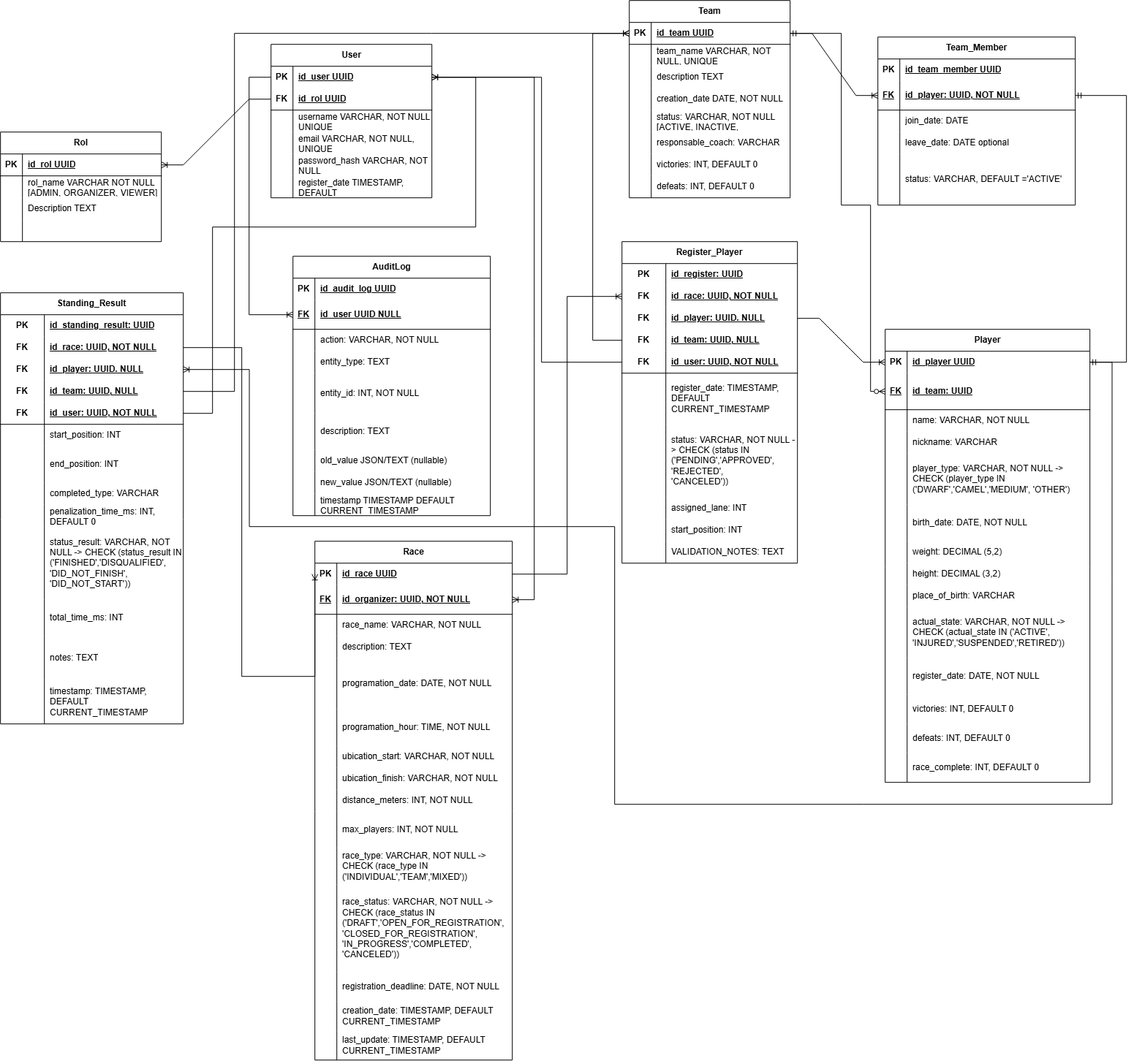
Earlier version of the draw.io export DBi&I2026-Page-1.drawio.png (IsaksGir4/CamelsVsDwarfs). Source tidied: cells renumbered, new cells last; positions are measured from the earlier drawing's top-left corner, leaving out a move shared by most shapes.
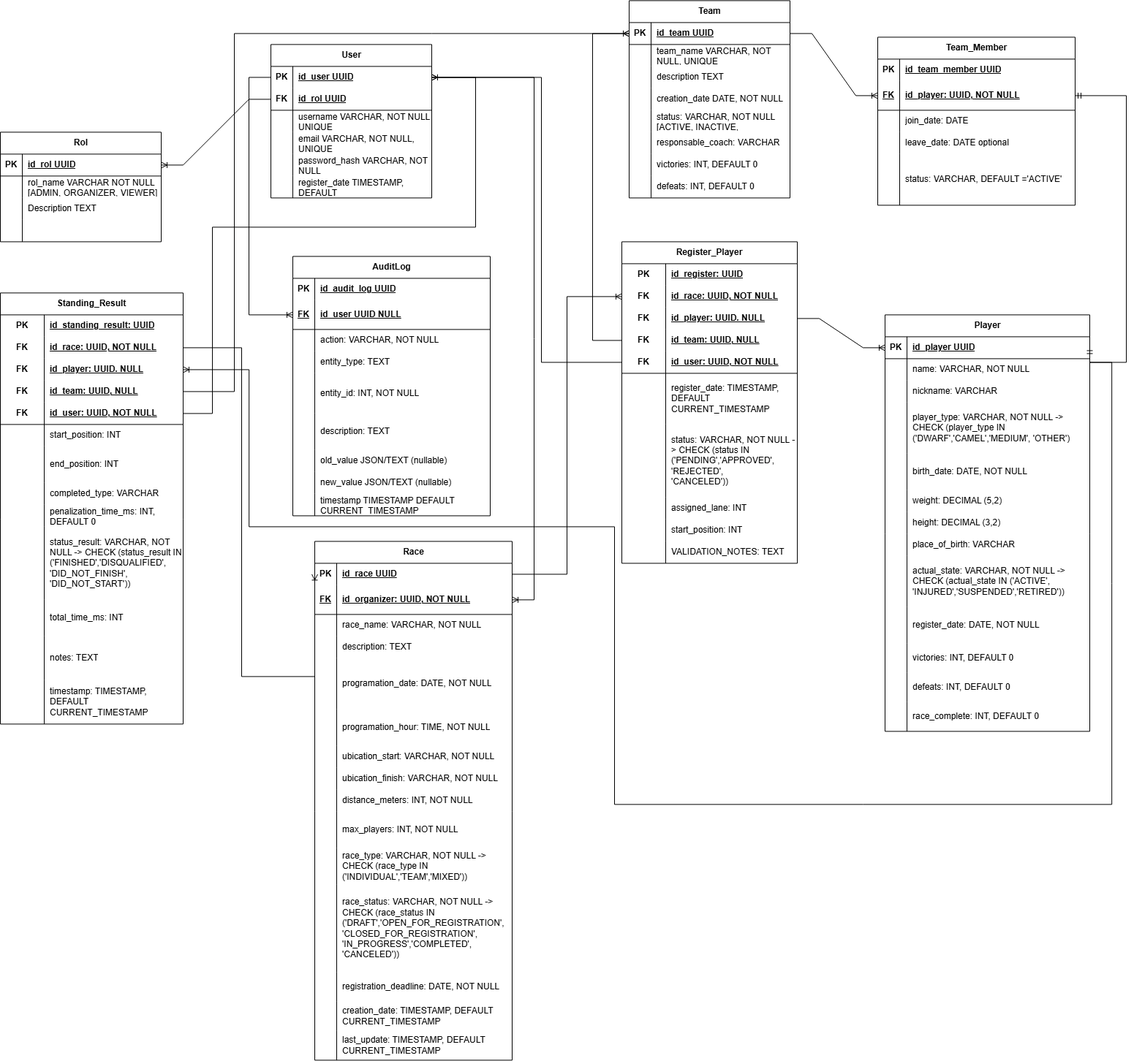
After the change.

Change to the diagram source:
```diff
@@ -189,9 +189,9 @@
       <mxGeometry x="30" width="190" height="30" as="geometry" />
     </mxCell>
     <mxCell id="64" value="Player" style="shape=table;startSize=30;rowLines=0;fontStyle=1;align=center;html=1;" parent="1" vertex="1">
-      <mxGeometry x="1210" y="450" width="280" height="620" as="geometry" />
+      <mxGeometry x="1210" y="430" width="280" height="570" as="geometry" />
     </mxCell>
-    <mxCell id="65" style="shape=tableRow;horizontal=0;startSize=0;swimlaneHead=0;swimlaneBody=0;fillColor=none;points=[[0,0.5],[1,0.5]];portConstraint=eastwest;top=0;left=0;right=0;bottom=0;" parent="64" vertex="1">
+    <mxCell id="65" style="shape=tableRow;horizontal=0;startSize=0;swimlaneHead=0;swimlaneBody=0;fillColor=none;points=[[0,0.5],[1,0.5]];portConstraint=eastwest;top=0;left=0;right=0;bottom=1;" parent="64" vertex="1">
       <mxGeometry y="30" width="280" height="30" as="geometry" />
     </mxCell>
     <mxCell id="66" value="PK" style="shape=partialRectangle;fillColor=none;top=0;left=0;bottom=0;right=0;fontStyle=1;overflow=hidden;whiteSpace=wrap;html=1;" parent="65" vertex="1">
@@ -200,17 +200,8 @@
     <mxCell id="67" value="id_player UUID" style="shape=partialRectangle;fillColor=none;top=0;left=0;bottom=0;right=0;align=left;spacingLeft=6;fontStyle=5;overflow=hidden;whiteSpace=wrap;html=1;" parent="65" vertex="1">
       <mxGeometry x="30" width="250" height="30" as="geometry" />
     </mxCell>
-    <mxCell id="68" style="shape=tableRow;horizontal=0;startSize=0;swimlaneHead=0;swimlaneBody=0;fillColor=none;points=[[0,0.5],[1,0.5]];portConstraint=eastwest;top=0;left=0;right=0;bottom=1;" parent="64" vertex="1">
-      <mxGeometry y="60" width="280" height="50" as="geometry" />
-    </mxCell>
-    <mxCell id="69" value="&lt;b&gt;&lt;u&gt;FK&lt;/u&gt;&lt;/b&gt;" style="shape=partialRectangle;fillColor=none;top=0;left=0;bottom=0;right=0;overflow=hidden;whiteSpace=wrap;html=1;" parent="68" vertex="1">
-      <mxGeometry width="30" height="50" as="geometry" />
-    </mxCell>
-    <mxCell id="70" value="&lt;b&gt;&lt;u&gt;id_team: UUID&lt;/u&gt;&lt;/b&gt;" style="shape=partialRectangle;fillColor=none;top=0;left=0;bottom=0;right=0;align=left;spacingLeft=6;overflow=hidden;whiteSpace=wrap;html=1;" parent="68" vertex="1">
-      <mxGeometry x="30" width="250" height="50" as="geometry" />
-    </mxCell>
     <mxCell id="71" style="shape=tableRow;horizontal=0;startSize=0;swimlaneHead=0;swimlaneBody=0;fillColor=none;top=0;left=0;right=0;bottom=0;" parent="64" vertex="1">
-      <mxGeometry y="110" width="280" height="30" as="geometry" />
+      <mxGeometry y="60" width="280" height="30" as="geometry" />
     </mxCell>
     <mxCell id="72" style="shape=partialRectangle;fillColor=none;top=0;left=0;bottom=0;right=0;overflow=hidden;whiteSpace=wrap;html=1;" parent="71" vertex="1">
       <mxGeometry width="30" height="30" as="geometry" />
@@ -219,7 +210,7 @@
       <mxGeometry x="30" width="250" height="30" as="geometry" />
     </mxCell>
     <mxCell id="74" style="shape=tableRow;horizontal=0;startSize=0;swimlaneHead=0;swimlaneBody=0;fillColor=none;top=0;left=0;right=0;bottom=0;" parent="64" vertex="1">
-      <mxGeometry y="140" width="280" height="30" as="geometry" />
+      <mxGeometry y="90" width="280" height="30" as="geometry" />
     </mxCell>
     <mxCell id="75" style="shape=partialRectangle;fillColor=none;top=0;left=0;bottom=0;right=0;overflow=hidden;whiteSpace=wrap;html=1;" parent="74" vertex="1">
       <mxGeometry width="30" height="30" as="geometry" />
@@ -228,7 +219,7 @@
       <mxGeometry x="30" width="250" height="30" as="geometry" />
     </mxCell>
     <mxCell id="77" style="shape=tableRow;horizontal=0;startSize=0;swimlaneHead=0;swimlaneBody=0;fillColor=none;top=0;left=0;right=0;bottom=0;" parent="64" vertex="1">
-      <mxGeometry y="170" width="280" height="70" as="geometry" />
+      <mxGeometry y="120" width="280" height="70" as="geometry" />
     </mxCell>
     <mxCell id="78" style="shape=partialRectangle;fillColor=none;top=0;left=0;bottom=0;right=0;overflow=hidden;whiteSpace=wrap;html=1;" parent="77" vertex="1">
       <mxGeometry width="30" height="70" as="geometry" />
@@ -237,7 +228,7 @@
       <mxGeometry x="30" width="250" height="70" as="geometry" />
     </mxCell>
     <mxCell id="80" style="shape=tableRow;horizontal=0;startSize=0;swimlaneHead=0;swimlaneBody=0;fillColor=none;top=0;left=0;right=0;bottom=0;" parent="64" vertex="1">
-      <mxGeometry y="240" width="280" height="50" as="geometry" />
+      <mxGeometry y="190" width="280" height="50" as="geometry" />
     </mxCell>
     <mxCell id="81" style="shape=partialRectangle;fillColor=none;top=0;left=0;bottom=0;right=0;overflow=hidden;whiteSpace=wrap;html=1;" parent="80" vertex="1">
       <mxGeometry width="30" height="50" as="geometry" />
@@ -246,7 +237,7 @@
       <mxGeometry x="30" width="250" height="50" as="geometry" />
     </mxCell>
     <mxCell id="83" style="shape=tableRow;horizontal=0;startSize=0;swimlaneHead=0;swimlaneBody=0;fillColor=none;top=0;left=0;right=0;bottom=0;" parent="64" vertex="1">
-      <mxGeometry y="290" width="280" height="30" as="geometry" />
+      <mxGeometry y="240" width="280" height="30" as="geometry" />
     </mxCell>
     <mxCell id="84" style="shape=partialRectangle;fillColor=none;top=0;left=0;bottom=0;right=0;overflow=hidden;whiteSpace=wrap;html=1;" parent="83" vertex="1">
       <mxGeometry width="30" height="30" as="geometry" />
@@ -255,7 +246,7 @@
       <mxGeometry x="30" width="250" height="30" as="geometry" />
     </mxCell>
     <mxCell id="86" style="shape=tableRow;horizontal=0;startSize=0;swimlaneHead=0;swimlaneBody=0;fillColor=none;top=0;left=0;right=0;bottom=0;" parent="64" vertex="1">
-      <mxGeometry y="320" width="280" height="30" as="geometry" />
+      <mxGeometry y="270" width="280" height="30" as="geometry" />
     </mxCell>
     <mxCell id="87" style="shape=partialRectangle;fillColor=none;top=0;left=0;bottom=0;right=0;overflow=hidden;whiteSpace=wrap;html=1;" parent="86" vertex="1">
       <mxGeometry width="30" height="30" as="geometry" />
@@ -264,7 +255,7 @@
       <mxGeometry x="30" width="250" height="30" as="geometry" />
     </mxCell>
     <mxCell id="89" style="shape=tableRow;horizontal=0;startSize=0;swimlaneHead=0;swimlaneBody=0;fillColor=none;top=0;left=0;right=0;bottom=0;" parent="64" vertex="1">
-      <mxGeometry y="350" width="280" height="30" as="geometry" />
+      <mxGeometry y="300" width="280" height="30" as="geometry" />
     </mxCell>
     <mxCell id="90" style="shape=partialRectangle;fillColor=none;top=0;left=0;bottom=0;right=0;overflow=hidden;whiteSpace=wrap;html=1;" parent="89" vertex="1">
       <mxGeometry width="30" height="30" as="geometry" />
@@ -273,7 +264,7 @@
       <mxGeometry x="30" width="250" height="30" as="geometry" />
     </mxCell>
     <mxCell id="92" style="shape=tableRow;horizontal=0;startSize=0;swimlaneHead=0;swimlaneBody=0;fillColor=none;top=0;left=0;right=0;bottom=0;" parent="64" vertex="1">
-      <mxGeometry y="380" width="280" height="70" as="geometry" />
+      <mxGeometry y="330" width="280" height="70" as="geometry" />
     </mxCell>
     <mxCell id="93" style="shape=partialRectangle;fillColor=none;top=0;left=0;bottom=0;right=0;overflow=hidden;whiteSpace=wrap;html=1;" parent="92" vertex="1">
       <mxGeometry width="30" height="70" as="geometry" />
@@ -282,7 +273,7 @@
       <mxGeometry x="30" width="250" height="70" as="geometry" />
     </mxCell>
     <mxCell id="95" style="shape=tableRow;horizontal=0;startSize=0;swimlaneHead=0;swimlaneBody=0;fillColor=none;top=0;left=0;right=0;bottom=0;" parent="64" vertex="1">
-      <mxGeometry y="450" width="280" height="50" as="geometry" />
+      <mxGeometry y="400" width="280" height="50" as="geometry" />
     </mxCell>
     <mxCell id="96" style="shape=partialRectangle;fillColor=none;top=0;left=0;bottom=0;right=0;overflow=hidden;whiteSpace=wrap;html=1;" parent="95" vertex="1">
       <mxGeometry width="30" height="50" as="geometry" />
@@ -291,7 +282,7 @@
       <mxGeometry x="30" width="250" height="50" as="geometry" />
     </mxCell>
     <mxCell id="98" style="shape=tableRow;horizontal=0;startSize=0;swimlaneHead=0;swimlaneBody=0;fillColor=none;top=0;left=0;right=0;bottom=0;" parent="64" vertex="1">
-      <mxGeometry y="500" width="280" height="40" as="geometry" />
+      <mxGeometry y="450" width="280" height="40" as="geometry" />
     </mxCell>
     <mxCell id="99" style="shape=partialRectangle;fillColor=none;top=0;left=0;bottom=0;right=0;overflow=hidden;whiteSpace=wrap;html=1;" parent="98" vertex="1">
       <mxGeometry width="30" height="40" as="geometry" />
@@ -300,7 +291,7 @@
       <mxGeometry x="30" width="250" height="40" as="geometry" />
     </mxCell>
     <mxCell id="101" style="shape=tableRow;horizontal=0;startSize=0;swimlaneHead=0;swimlaneBody=0;fillColor=none;top=0;left=0;right=0;bottom=0;" parent="64" vertex="1">
-      <mxGeometry y="540" width="280" height="40" as="geometry" />
+      <mxGeometry y="490" width="280" height="40" as="geometry" />
     </mxCell>
     <mxCell id="102" style="shape=partialRectangle;fillColor=none;top=0;left=0;bottom=0;right=0;overflow=hidden;whiteSpace=wrap;html=1;" parent="101" vertex="1">
       <mxGeometry width="30" height="40" as="geometry" />
@@ -309,7 +300,7 @@
       <mxGeometry x="30" width="250" height="40" as="geometry" />
     </mxCell>
     <mxCell id="104" style="shape=tableRow;horizontal=0;startSize=0;swimlaneHead=0;swimlaneBody=0;fillColor=none;top=0;left=0;right=0;bottom=0;" parent="64" vertex="1">
-      <mxGeometry y="580" width="280" height="40" as="geometry" />
+      <mxGeometry y="530" width="280" height="40" as="geometry" />
     </mxCell>
     <mxCell id="105" style="shape=partialRectangle;fillColor=none;top=0;left=0;bottom=0;right=0;overflow=hidden;whiteSpace=wrap;html=1;" parent="104" vertex="1">
       <mxGeometry width="30" height="40" as="geometry" />
@@ -671,16 +662,6 @@
     <mxCell id="224" style="edgeStyle=entityRelationEdgeStyle;fontSize=12;html=1;endArrow=ERoneToMany;rounded=0;entryX=1;entryY=0.5;entryDx=0;entryDy=0;curved=0;" parent="1" edge="1" source="19" target="3">
       <mxGeometry relative="1" as="geometry" />
     </mxCell>
-    <mxCell id="225" style="edgeStyle=orthogonalEdgeStyle;fontSize=12;html=1;endArrow=ERzeroToMany;startArrow=ERmandOne;rounded=0;exitX=1;exitY=0.5;exitDx=0;exitDy=0;" parent="1" edge="1" source="40" target="68">
-      <mxGeometry relative="1" as="geometry">
-        <Array as="points">
-          <mxPoint x="1150" y="45" />
-          <mxPoint x="1150" y="280" />
-          <mxPoint x="1190" y="280" />
-          <mxPoint x="1190" y="535" />
-        </Array>
-      </mxGeometry>
-    </mxCell>
     <mxCell id="226" style="edgeStyle=entityRelationEdgeStyle;fontSize=12;html=1;endArrow=ERoneToMany;rounded=0;exitX=1;exitY=0.5;exitDx=0;exitDy=0;" parent="1" edge="1" source="16" target="111">
       <mxGeometry relative="1" as="geometry" />
     </mxCell>
```
